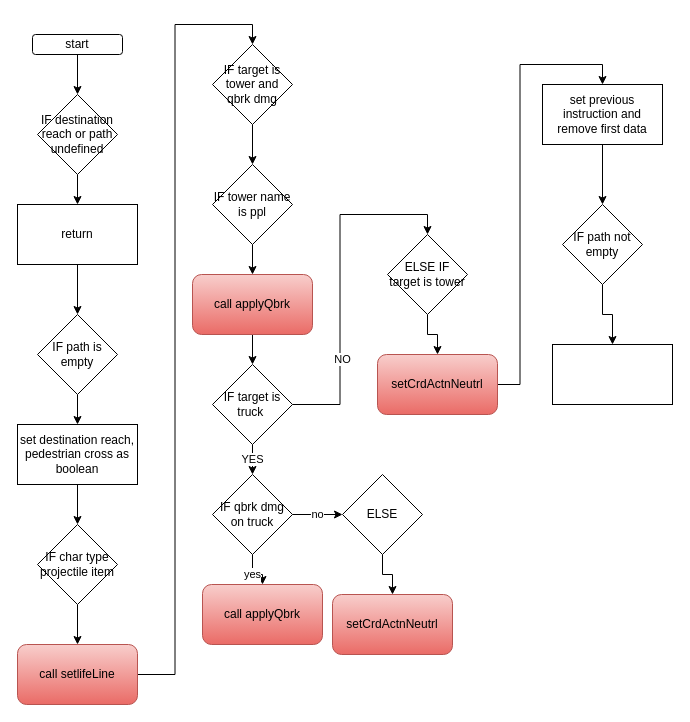
sivagit/diagrams keeps this draw.io diagram as card/triggerDestinationReachCall.drawio. Above is the earlier version. Source tidied: cells renumbered, new cells numbered last; positions are measured from the earlier drawing's top-left corner, leaving out a move shared by most shapes. Both pictures are drawn from the tidied source at 100%, with x=0, y=0 at pixel (17, 34).
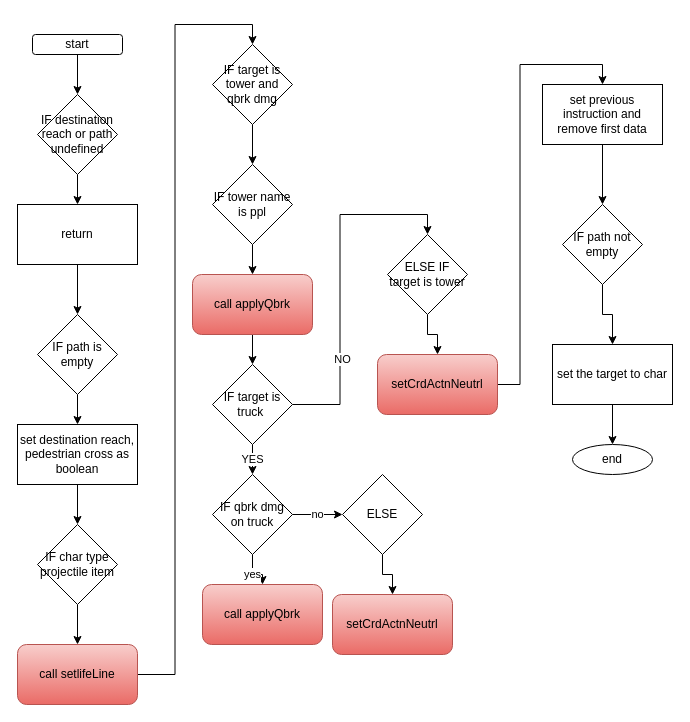
The same page after the edit.

Change to the diagram source:
```diff
@@
+    <mxCell id="42" style="edgeStyle=orthogonalEdgeStyle;rounded=0;jettySize=auto;html=1;" parent="1" edge="1" source="41" target="43">
+      <mxGeometry relative="1" as="geometry" />
+    </mxCell>
-    <mxCell id="41" style="whiteSpace=wrap;html=1;rounded=0;" parent="1" vertex="1">
+    <mxCell id="41" value="set the target to char" style="whiteSpace=wrap;html=1;rounded=0;" parent="1" vertex="1">
       <mxGeometry x="535" y="310" width="120" height="60" as="geometry" />
     </mxCell>
+    <mxCell id="43" value="end" style="ellipse;whiteSpace=wrap;html=1;rounded=0;" parent="1" vertex="1">
+      <mxGeometry x="555" y="410" width="80" height="30" as="geometry" />
+    </mxCell>
```
